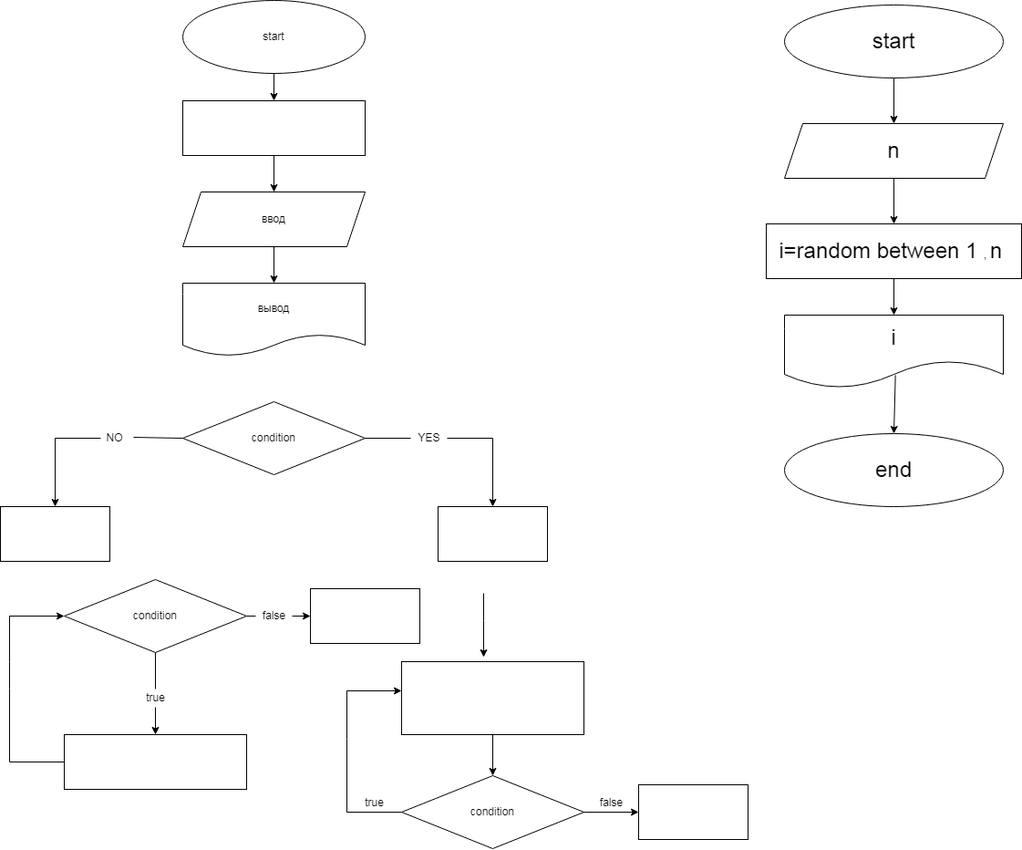
Above: ex000.drawio.png in igormazsko/prakt-16.07 (draw.io), before the change. Source tidied: cells renumbered, new cells last; positions are measured from the earlier drawing's top-left corner, leaving out a move shared by most shapes.
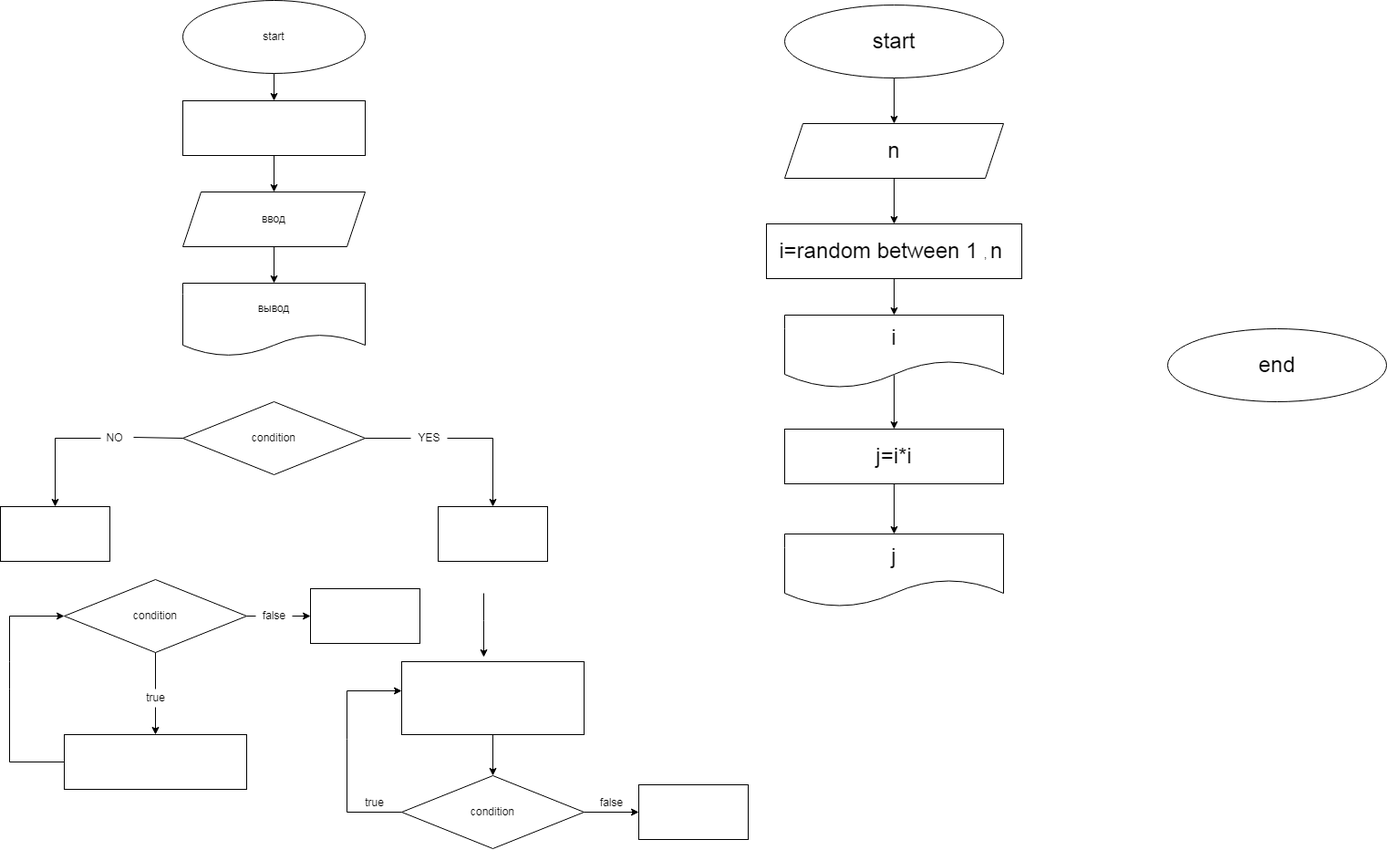
The same file after the commit.

Commit message:
вторая задача

What changed in the source:
```diff
@@ -152,14 +152,23 @@
     <mxCell id="42" value="&lt;font style=&quot;font-size: 24px&quot;&gt;i=random &lt;/font&gt;&lt;font style=&quot;font-size: 24px&quot;&gt;between &lt;/font&gt;&lt;font style=&quot;font-size: 24px&quot;&gt;1 &lt;/font&gt;, &lt;font style=&quot;font-size: 24px&quot;&gt;n&amp;nbsp;&lt;/font&gt;" style="whiteSpace=wrap;html=1;" parent="1" vertex="1">
       <mxGeometry x="840" y="245" width="280" height="60" as="geometry" />
     </mxCell>
-    <mxCell id="43" style="edgeStyle=none;rounded=0;html=1;entryX=0.5;entryY=0;entryDx=0;entryDy=0;fontSize=24;exitX=0.507;exitY=0.823;exitDx=0;exitDy=0;exitPerimeter=0;" parent="1" edge="1" source="44" target="45">
-      <mxGeometry relative="1" as="geometry" />
-    </mxCell>
+    <mxCell id="46" style="edgeStyle=none;rounded=0;html=1;fontSize=24;exitX=0.5;exitY=0.821;exitDx=0;exitDy=0;exitPerimeter=0;" parent="1" edge="1" source="44" target="48">
+      <mxGeometry relative="1" as="geometry" />
+    </mxCell>
     <mxCell id="44" value="&lt;font style=&quot;font-size: 24px&quot;&gt;i&lt;/font&gt;" style="shape=document;whiteSpace=wrap;html=1;boundedLbl=1;size=0.375;" parent="1" vertex="1">
       <mxGeometry x="860" y="345" width="240" height="80" as="geometry" />
     </mxCell>
     <mxCell id="45" value="&lt;font style=&quot;font-size: 24px&quot;&gt;end&lt;/font&gt;" style="ellipse;whiteSpace=wrap;html=1;" parent="1" vertex="1">
-      <mxGeometry x="860" y="475" width="240" height="80" as="geometry" />
+      <mxGeometry x="1280" y="360" width="240" height="80" as="geometry" />
     </mxCell>
+    <mxCell id="47" style="edgeStyle=none;rounded=0;html=1;exitX=0.5;exitY=1;exitDx=0;exitDy=0;entryX=0.5;entryY=0;entryDx=0;entryDy=0;fontSize=24;" parent="1" edge="1" source="48" target="49">
+      <mxGeometry relative="1" as="geometry" />
+    </mxCell>
+    <mxCell id="48" value="&lt;font style=&quot;font-size: 24px&quot;&gt;j=i*i&lt;/font&gt;" style="whiteSpace=wrap;html=1;" parent="1" vertex="1">
+      <mxGeometry x="860" y="470" width="240" height="60" as="geometry" />
+    </mxCell>
+    <mxCell id="49" value="&lt;font style=&quot;font-size: 24px&quot;&gt;j&lt;/font&gt;" style="shape=document;whiteSpace=wrap;html=1;boundedLbl=1;size=0.375;" parent="1" vertex="1">
+      <mxGeometry x="860" y="585" width="240" height="80" as="geometry" />
+    </mxCell>
   </root>
 </mxGraphModel>
```
